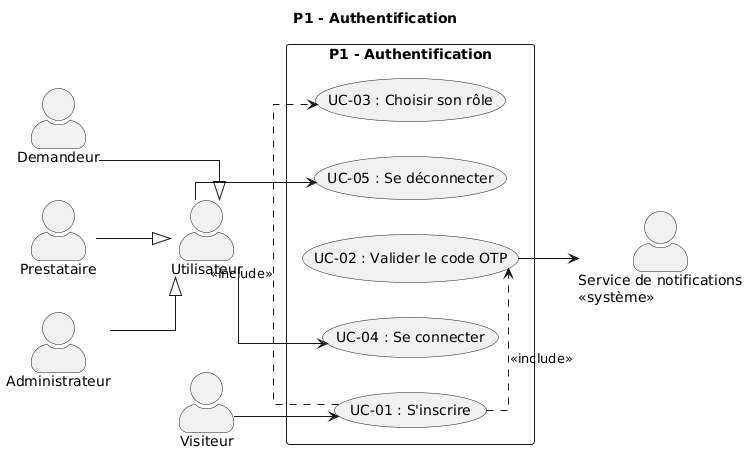
Before: images/diagramme_cu_p1.png, a diagram exported from PlantUML (KazeHolloway/Projet_LaTex).
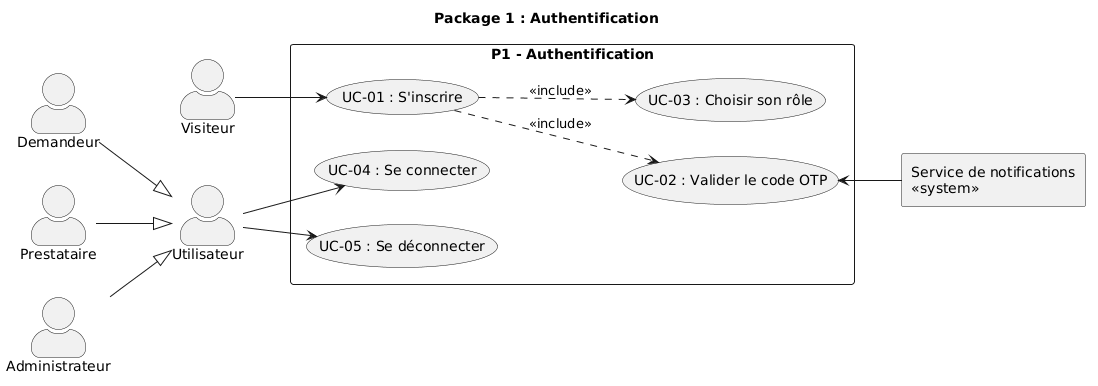
After the change.

The edit, as a diff of the source:
```diff
@@ -1,16 +1,15 @@
 @startuml
-title P1 - Authentification
+title Package 1 : Authentification
 
 left to right direction
 skinparam actorStyle awesome
-skinparam linetype ortho
 
 actor "Visiteur" as visiteur
 actor "Utilisateur" as utilisateur
 actor "Demandeur" as demandeur
 actor "Prestataire" as prestataire
 actor "Administrateur" as admin
-actor "Service de notifications\n<<système>>" as svcNotif
+rectangle "Service de notifications\n<<system>>" as svcNotif
 
 demandeur --|> utilisateur
 prestataire --|> utilisateur
@@ -24,12 +23,12 @@
   usecase "UC-05 : Se déconnecter" as UC05
 }
 
-UC01 .> UC02 : <<include>>
-UC01 .> UC03 : <<include>>
+UC01 ..> UC03 : <<include>>
+UC01 ..> UC02 : <<include>>
 
 visiteur --> UC01
 utilisateur --> UC04
 utilisateur --> UC05
 
-UC02 --> svcNotif
+svcNotif -up-> UC02
 @enduml
```
